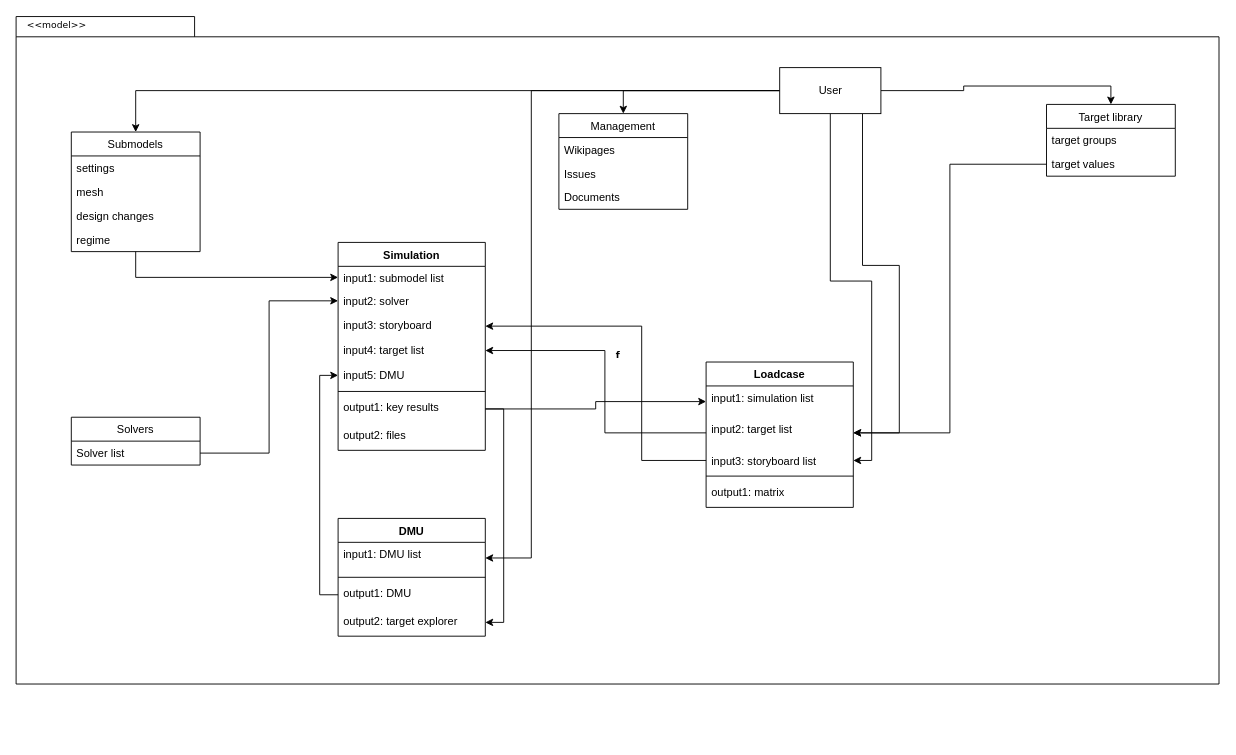
The draw.io diagram Untitled Diagram.drawio in AleksTikhonov/ANSYS_Workbench, before the edit. Source tidied: cells renumbered, new cells numbered last; positions are measured from the earlier drawing's top-left corner, leaving out a move shared by most shapes. Both pictures are drawn from the tidied source at 92%, with x=0, y=0 at pixel (16, 16).
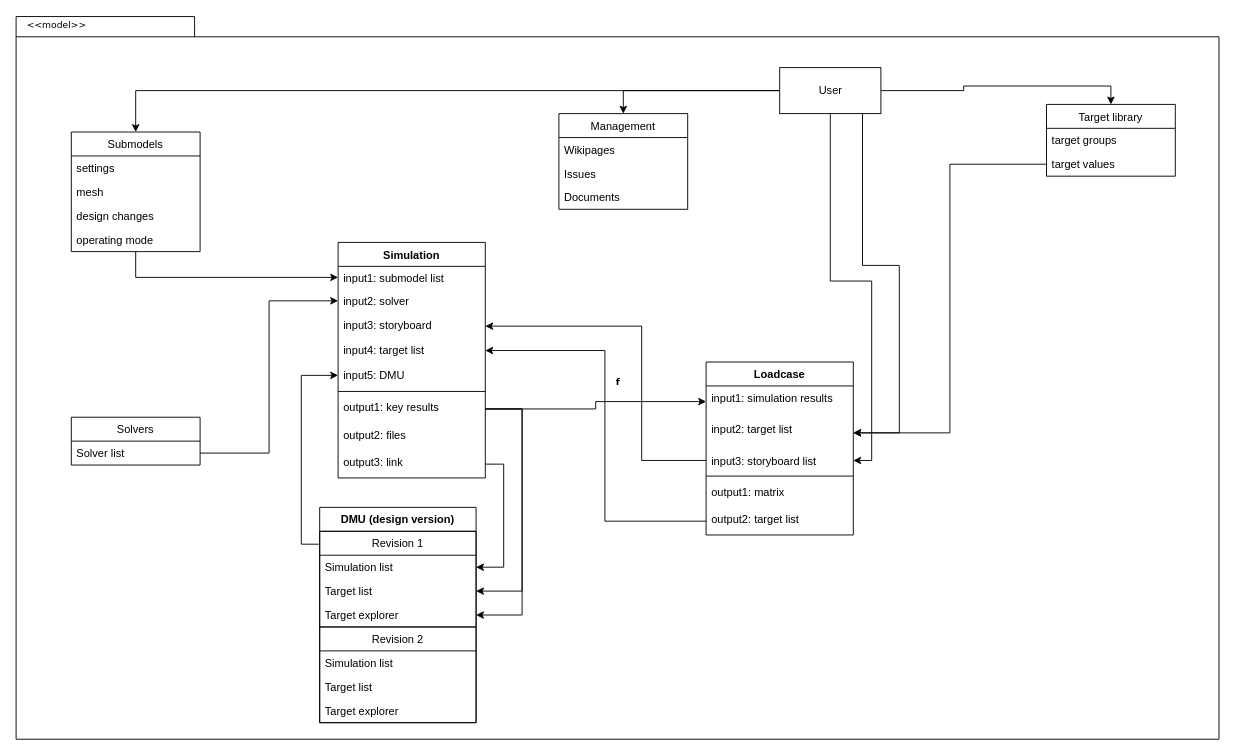
The same diagram, later.

The change refers to these unchanged cells:
```xml
<mxCell id="8" value="input4: target list" style="text;strokeColor=none;fillColor=none;align=left;verticalAlign=top;spacingLeft=4;spacingRight=4;overflow=hidden;points=[[0,0.5],[1,0.5]];portConstraint=eastwest;" parent="4" vertex="1">
  <mxGeometry y="104" width="160" height="27" as="geometry" />
</mxCell>
<mxCell id="9" value="input5: DMU" style="text;strokeColor=none;fillColor=none;align=left;verticalAlign=top;spacingLeft=4;spacingRight=4;overflow=hidden;points=[[0,0.5],[1,0.5]];portConstraint=eastwest;" parent="4" vertex="1">
  <mxGeometry y="131" width="160" height="27" as="geometry" />
</mxCell>
<mxCell id="11" value="output1: key results&#10;" style="text;strokeColor=none;fillColor=none;align=left;verticalAlign=top;spacingLeft=4;spacingRight=4;overflow=hidden;points=[[0,0.5],[1,0.5]];portConstraint=eastwest;" parent="4" vertex="1">
  <mxGeometry y="166" width="160" height="30" as="geometry" />
</mxCell>
<mxCell id="14" value="Submodels" style="swimlane;fontStyle=0;horizontal=1;startSize=26;fillColor=none;" parent="1" vertex="1">
  <mxGeometry x="60" y="126" width="140" height="130" as="geometry" />
</mxCell>
<mxCell id="21" value="input2: target list" style="text;strokeColor=none;fillColor=none;align=left;verticalAlign=top;spacingLeft=4;spacingRight=4;overflow=hidden;points=[[0,0.5],[1,0.5]];portConstraint=eastwest;" parent="19" vertex="1">
  <mxGeometry y="60" width="160" height="34" as="geometry" />
</mxCell>
<mxCell id="38" value="User" style="html=1;" parent="1" vertex="1">
  <mxGeometry x="830" y="56" width="110" height="50" as="geometry" />
</mxCell>
```

Diff of the diagram source:
```diff
@@
     <mxCell id="2" value="f" style="shape=folder;fontStyle=1;spacingTop=10;tabWidth=194;tabHeight=22;tabPosition=left;html=1;rounded=0;shadow=0;comic=0;labelBackgroundColor=none;strokeWidth=1;fillColor=none;fontFamily=Verdana;fontSize=10;align=center;" parent="1" vertex="1">
-      <mxGeometry y="0.5" width="1307.5" height="725.5" as="geometry" />
+      <mxGeometry y="0.5" width="1307.5" height="785.5" as="geometry" />
     </mxCell>
@@
     <mxCell id="4" value="Simulation" style="swimlane;fontStyle=1;align=center;verticalAlign=top;horizontal=1;startSize=26;" parent="1" vertex="1">
-      <mxGeometry x="350" y="246" width="160" height="226" as="geometry" />
+      <mxGeometry x="350" y="246" width="160" height="256" as="geometry" />
     </mxCell>
@@
+    <mxCell id="53" value="output3: link" style="text;strokeColor=none;fillColor=none;align=left;verticalAlign=top;spacingLeft=4;spacingRight=4;overflow=hidden;points=[[0,0.5],[1,0.5]];portConstraint=eastwest;" parent="4" vertex="1">
+      <mxGeometry y="226" width="160" height="30" as="geometry" />
+    </mxCell>
@@
-    <mxCell id="18" value="regime" style="text;strokeColor=none;fillColor=none;align=left;verticalAlign=top;spacingLeft=4;spacingRight=4;overflow=hidden;" parent="14" vertex="1">
+    <mxCell id="18" value="operating mode" style="text;strokeColor=none;fillColor=none;align=left;verticalAlign=top;spacingLeft=4;spacingRight=4;overflow=hidden;" parent="14" vertex="1">
       <mxGeometry y="104" width="140" height="26" as="geometry" />
     </mxCell>
     <mxCell id="19" value="Loadcase" style="swimlane;fontStyle=1;align=center;verticalAlign=top;horizontal=1;startSize=26;" parent="1" vertex="1">
-      <mxGeometry x="750" y="376" width="160" height="158" as="geometry" />
+      <mxGeometry x="750" y="376" width="160" height="188" as="geometry" />
     </mxCell>
-    <mxCell id="20" value="input1: simulation list" style="text;strokeColor=none;fillColor=none;align=left;verticalAlign=top;spacingLeft=4;spacingRight=4;overflow=hidden;points=[[0,0.5],[1,0.5]];portConstraint=eastwest;" parent="19" vertex="1">
+    <mxCell id="20" value="input1: simulation results" style="text;strokeColor=none;fillColor=none;align=left;verticalAlign=top;spacingLeft=4;spacingRight=4;overflow=hidden;points=[[0,0.5],[1,0.5]];portConstraint=eastwest;" parent="19" vertex="1">
       <mxGeometry y="26" width="160" height="34" as="geometry" />
     </mxCell>
@@
+    <mxCell id="54" value="output2: target list" style="text;strokeColor=none;fillColor=none;align=left;verticalAlign=top;spacingLeft=4;spacingRight=4;overflow=hidden;points=[[0,0.5],[1,0.5]];portConstraint=eastwest;" parent="19" vertex="1">
+      <mxGeometry y="158" width="160" height="30" as="geometry" />
+    </mxCell>
@@
-    <mxCell id="31" style="edgeStyle=orthogonalEdgeStyle;rounded=0;jettySize=auto;html=1;entryX=1;entryY=0.5;entryDx=0;entryDy=0;" parent="1" edge="1" source="21" target="8">
+    <mxCell id="31" style="edgeStyle=orthogonalEdgeStyle;rounded=0;jettySize=auto;html=1;entryX=1;entryY=0.5;entryDx=0;entryDy=0;exitX=0;exitY=0.5;exitDx=0;exitDy=0;" parent="1" edge="1" source="54" target="8">
       <mxGeometry relative="1" as="geometry">
         <Array as="points">
-          <mxPoint x="640" y="453" />
+          <mxPoint x="640" y="549" />
           <mxPoint x="640" y="364" />
         </Array>
       </mxGeometry>
     </mxCell>
@@
-    <mxCell id="37" style="edgeStyle=orthogonalEdgeStyle;rounded=0;jettySize=auto;html=1;" parent="1" edge="1" source="38" target="47">
-      <mxGeometry relative="1" as="geometry">
-        <Array as="points">
-          <mxPoint x="560" y="81" />
-          <mxPoint x="560" y="589" />
-        </Array>
-      </mxGeometry>
-    </mxCell>
@@
-    <mxCell id="46" value="DMU" style="swimlane;fontStyle=1;align=center;verticalAlign=top;horizontal=1;startSize=26;" parent="1" vertex="1">
-      <mxGeometry x="350" y="546" width="160" height="128" as="geometry" />
-    </mxCell>
-    <mxCell id="47" value="input1: DMU list" style="text;strokeColor=none;fillColor=none;align=left;verticalAlign=top;spacingLeft=4;spacingRight=4;overflow=hidden;points=[[0,0.5],[1,0.5]];portConstraint=eastwest;" parent="46" vertex="1">
-      <mxGeometry y="26" width="160" height="34" as="geometry" />
-    </mxCell>
-    <mxCell id="48" style="line;strokeWidth=1;fillColor=none;align=left;verticalAlign=middle;spacingTop=-1;spacingLeft=3;spacingRight=3;labelPosition=right;" parent="46" vertex="1">
-      <mxGeometry y="60" width="160" height="8" as="geometry" />
-    </mxCell>
-    <mxCell id="49" value="output1: DMU" style="text;strokeColor=none;fillColor=none;align=left;verticalAlign=top;spacingLeft=4;spacingRight=4;overflow=hidden;points=[[0,0.5],[1,0.5]];portConstraint=eastwest;" parent="46" vertex="1">
-      <mxGeometry y="68" width="160" height="30" as="geometry" />
-    </mxCell>
-    <mxCell id="50" value="output2: target explorer" style="text;strokeColor=none;fillColor=none;align=left;verticalAlign=top;spacingLeft=4;spacingRight=4;overflow=hidden;points=[[0,0.5],[1,0.5]];portConstraint=eastwest;" parent="46" vertex="1">
-      <mxGeometry y="98" width="160" height="30" as="geometry" />
-    </mxCell>
-    <mxCell id="51" style="edgeStyle=orthogonalEdgeStyle;rounded=0;jettySize=auto;html=1;exitX=0;exitY=0.5;exitDx=0;exitDy=0;entryX=0;entryY=0.5;entryDx=0;entryDy=0;" parent="1" edge="1" source="49" target="9">
+    <mxCell id="51" style="edgeStyle=orthogonalEdgeStyle;rounded=0;jettySize=auto;html=1;exitX=-0.006;exitY=0.135;exitDx=0;exitDy=0;entryX=0;entryY=0.5;entryDx=0;entryDy=0;exitPerimeter=0;" parent="1" edge="1" source="56" target="9">
       <mxGeometry relative="1" as="geometry" />
     </mxCell>
-    <mxCell id="52" style="edgeStyle=orthogonalEdgeStyle;rounded=0;jettySize=auto;html=1;exitX=1;exitY=0.5;exitDx=0;exitDy=0;entryX=1;entryY=0.5;entryDx=0;entryDy=0;" parent="1" edge="1" source="11" target="50">
-      <mxGeometry relative="1" as="geometry" />
+    <mxCell id="52" style="edgeStyle=orthogonalEdgeStyle;rounded=0;jettySize=auto;html=1;exitX=1;exitY=0.5;exitDx=0;exitDy=0;entryX=1;entryY=0.5;entryDx=0;entryDy=0;" parent="1" edge="1" source="11" target="59">
+      <mxGeometry relative="1" as="geometry">
+        <Array as="points">
+          <mxPoint x="550" y="427" />
+          <mxPoint x="550" y="651" />
+        </Array>
+      </mxGeometry>
     </mxCell>
+    <mxCell id="55" value="DMU (design version)" style="swimlane;fontStyle=1;horizontal=1;startSize=26;fillColor=none;" parent="1" vertex="1">
+      <mxGeometry x="330" y="534" width="170" height="234" as="geometry" />
+    </mxCell>
+    <mxCell id="56" value="Revision 1" style="swimlane;fontStyle=0;horizontal=1;startSize=26;fillColor=none;" parent="55" vertex="1">
+      <mxGeometry y="26" width="170" height="104" as="geometry" />
+    </mxCell>
+    <mxCell id="57" value="Simulation list" style="text;strokeColor=none;fillColor=none;align=left;verticalAlign=top;spacingLeft=4;spacingRight=4;overflow=hidden;points=[[0,0.5],[1,0.5]];portConstraint=eastwest;" parent="56" vertex="1">
+      <mxGeometry y="26" width="170" height="26" as="geometry" />
+    </mxCell>
+    <mxCell id="58" value="Target list" style="text;strokeColor=none;fillColor=none;align=left;verticalAlign=top;spacingLeft=4;spacingRight=4;overflow=hidden;points=[[0,0.5],[1,0.5]];portConstraint=eastwest;" parent="56" vertex="1">
+      <mxGeometry y="52" width="170" height="26" as="geometry" />
+    </mxCell>
+    <mxCell id="59" value="Target explorer" style="text;strokeColor=none;fillColor=none;align=left;verticalAlign=top;spacingLeft=4;spacingRight=4;overflow=hidden;points=[[0,0.5],[1,0.5]];portConstraint=eastwest;" parent="56" vertex="1">
+      <mxGeometry y="78" width="170" height="26" as="geometry" />
+    </mxCell>
+    <mxCell id="60" value="Revision 2" style="swimlane;fontStyle=0;horizontal=1;startSize=26;fillColor=none;" parent="55" vertex="1">
+      <mxGeometry y="130" width="170" height="104" as="geometry" />
+    </mxCell>
+    <mxCell id="61" value="Simulation list" style="text;strokeColor=none;fillColor=none;align=left;verticalAlign=top;spacingLeft=4;spacingRight=4;overflow=hidden;" parent="60" vertex="1">
+      <mxGeometry y="26" width="170" height="26" as="geometry" />
+    </mxCell>
+    <mxCell id="62" value="Target list" style="text;strokeColor=none;fillColor=none;align=left;verticalAlign=top;spacingLeft=4;spacingRight=4;overflow=hidden;" parent="60" vertex="1">
+      <mxGeometry y="52" width="170" height="26" as="geometry" />
+    </mxCell>
+    <mxCell id="63" value="Target explorer" style="text;strokeColor=none;fillColor=none;align=left;verticalAlign=top;spacingLeft=4;spacingRight=4;overflow=hidden;" parent="60" vertex="1">
+      <mxGeometry y="78" width="170" height="26" as="geometry" />
+    </mxCell>
+    <mxCell id="64" style="edgeStyle=orthogonalEdgeStyle;rounded=0;jettySize=auto;html=1;entryX=1;entryY=0.5;entryDx=0;entryDy=0;exitX=1;exitY=0.5;exitDx=0;exitDy=0;" parent="1" edge="1" source="11" target="58">
+      <mxGeometry relative="1" as="geometry">
+        <Array as="points">
+          <mxPoint x="550" y="427" />
+          <mxPoint x="550" y="625" />
+        </Array>
+      </mxGeometry>
+    </mxCell>
+    <mxCell id="65" style="edgeStyle=orthogonalEdgeStyle;rounded=0;jettySize=auto;html=1;entryX=1;entryY=0.5;entryDx=0;entryDy=0;exitX=1;exitY=0.5;exitDx=0;exitDy=0;" parent="1" edge="1" source="53" target="57">
+      <mxGeometry relative="1" as="geometry" />
+    </mxCell>
```
